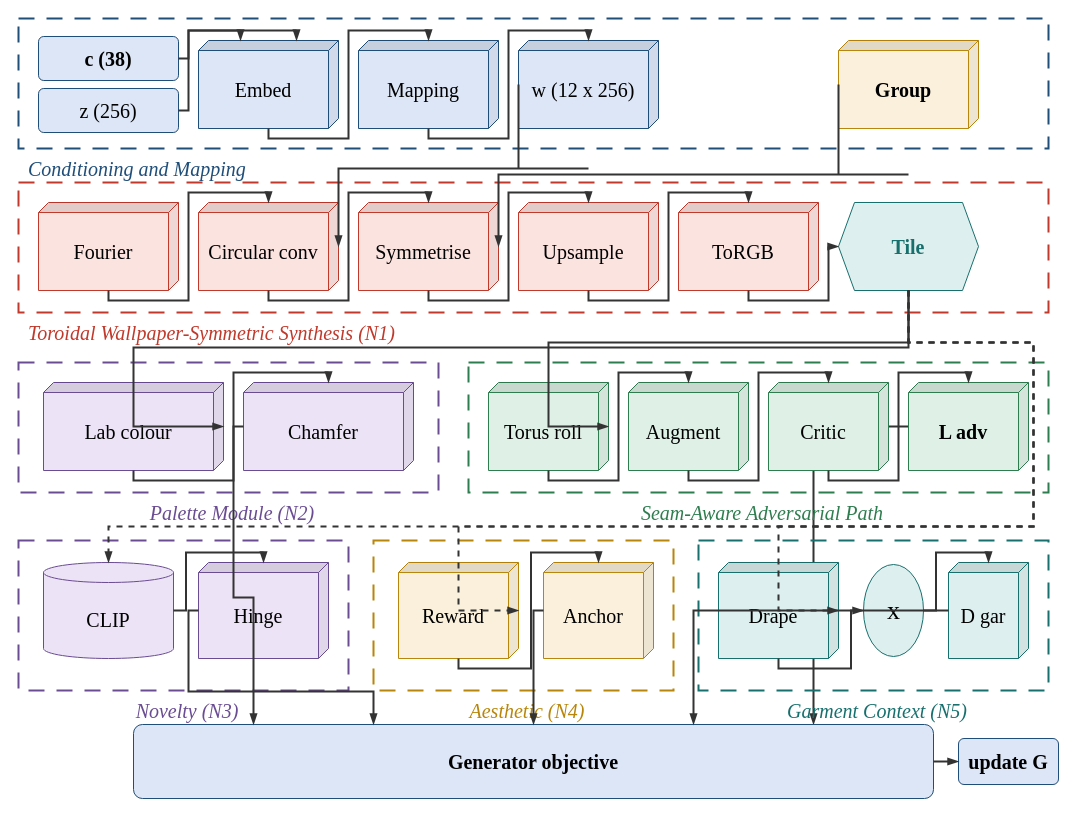
The draw.io diagram Figure2_PRISM_GAN_architecture.drawio in sid-2k6/drawio_Prism, before the edit. Source tidied: cells renumbered, new cells numbered last; positions are measured from the earlier drawing's top-left corner, leaving out a move shared by most shapes. Both pictures are drawn from the tidied source at 100%, with x=0, y=0 at pixel (18, 18).
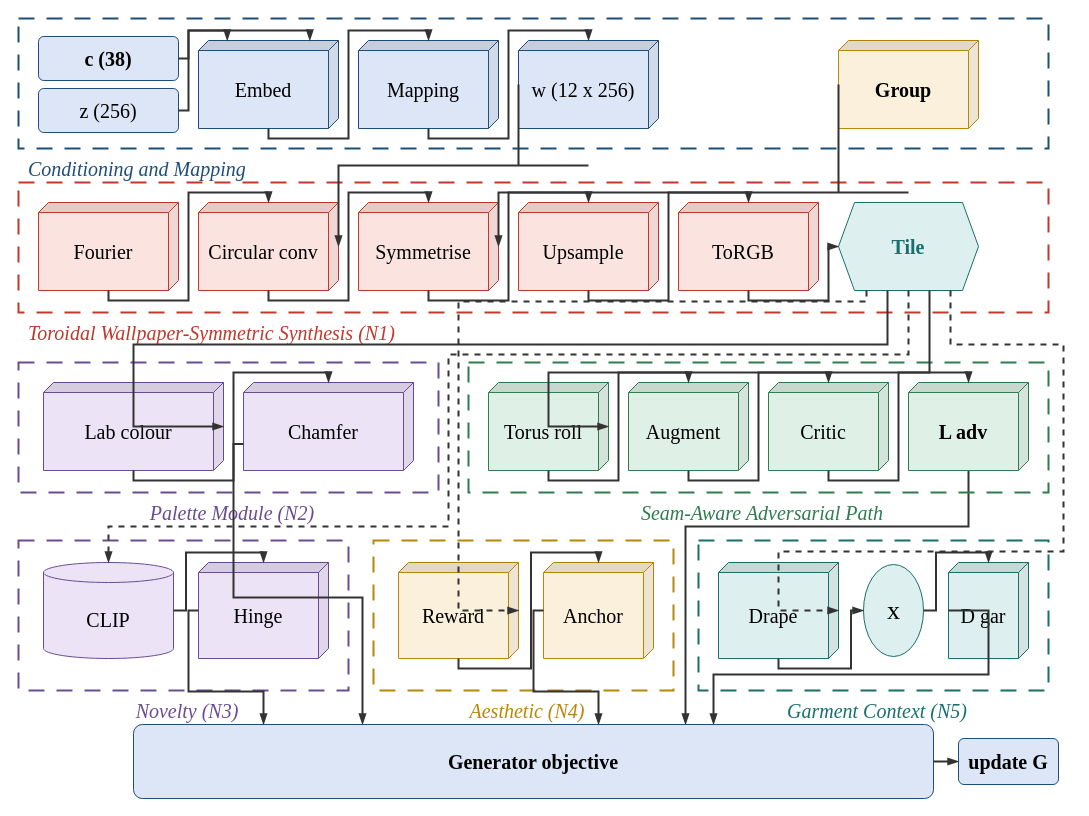
After the change.

Commit message:
Organize arrow routing in PRISM-GAN figure

The change refers to these unchanged cells:
```xml
<mxCell id="5" value="c (38)" style="rounded=1;arcSize=12;fillColor=#DCE6F6;strokeColor=#1F4E79;verticalAlign=middle;fontFamily=Times New Roman;fontSize=20;whiteSpace=wrap;html=1;fontStyle=1;" parent="1" vertex="1">
  <mxGeometry x="20" y="18" width="140" height="44" as="geometry" />
</mxCell>
<mxCell id="6" value="z (256)" style="rounded=1;arcSize=12;fillColor=#DCE6F6;strokeColor=#1F4E79;verticalAlign=middle;fontFamily=Times New Roman;fontSize=20;whiteSpace=wrap;html=1;" parent="1" vertex="1">
  <mxGeometry x="20" y="70" width="140" height="44" as="geometry" />
</mxCell>
<mxCell id="7" value="Embed" style="shape=cube;size=10;direction=south;boundedLbl=1;backgroundOutline=1;darkOpacity=0.05;darkOpacity2=0.1;fillColor=#DCE6F6;strokeColor=#1F4E79;verticalAlign=middle;fontFamily=Times New Roman;fontSize=20;whiteSpace=wrap;html=1;" parent="1" vertex="1">
  <mxGeometry x="180" y="22" width="140" height="88" as="geometry" />
</mxCell>
<mxCell id="9" value="w (12 x 256)" style="shape=cube;size=10;direction=south;boundedLbl=1;backgroundOutline=1;darkOpacity=0.05;darkOpacity2=0.1;fillColor=#DCE6F6;strokeColor=#1F4E79;verticalAlign=middle;fontFamily=Times New Roman;fontSize=20;whiteSpace=wrap;html=1;" parent="1" vertex="1">
  <mxGeometry x="500" y="22" width="140" height="88" as="geometry" />
</mxCell>
<mxCell id="10" value="Group" style="shape=cube;size=10;direction=south;boundedLbl=1;backgroundOutline=1;darkOpacity=0.05;darkOpacity2=0.1;fillColor=#FAF0DC;strokeColor=#B8860B;verticalAlign=middle;fontFamily=Times New Roman;fontSize=20;whiteSpace=wrap;html=1;fontStyle=1;" parent="1" vertex="1">
  <mxGeometry x="820" y="22" width="140" height="88" as="geometry" />
</mxCell>
<mxCell id="18" value="Circular conv" style="shape=cube;size=10;direction=south;boundedLbl=1;backgroundOutline=1;darkOpacity=0.05;darkOpacity2=0.1;fillColor=#FBE3E0;strokeColor=#C0392B;verticalAlign=middle;fontFamily=Times New Roman;fontSize=20;whiteSpace=wrap;html=1;" parent="1" vertex="1">
  <mxGeometry x="180" y="184" width="140" height="88" as="geometry" />
</mxCell>
<mxCell id="19" value="Symmetrise" style="shape=cube;size=10;direction=south;boundedLbl=1;backgroundOutline=1;darkOpacity=0.05;darkOpacity2=0.1;fillColor=#FBE3E0;strokeColor=#C0392B;verticalAlign=middle;fontFamily=Times New Roman;fontSize=20;whiteSpace=wrap;html=1;" parent="1" vertex="1">
  <mxGeometry x="340" y="184" width="140" height="88" as="geometry" />
</mxCell>
<mxCell id="22" value="Tile" style="shape=hexagon;perimeter=hexagonPerimeter2;fixedSize=1;size=16;fillColor=#DDEFEE;strokeColor=#17706E;fontStyle=1;fontColor=#17706E;fontFamily=Times New Roman;fontSize=20;whiteSpace=wrap;html=1;fontStyle=1;" parent="1" vertex="1">
  <mxGeometry x="820" y="184" width="140" height="88" as="geometry" />
</mxCell>
<mxCell id="32" value="Lab colour" style="shape=cube;size=10;direction=south;boundedLbl=1;backgroundOutline=1;darkOpacity=0.05;darkOpacity2=0.1;fillColor=#EDE3F6;strokeColor=#6A4C93;verticalAlign=middle;fontFamily=Times New Roman;fontSize=20;whiteSpace=wrap;html=1;" parent="1" vertex="1">
  <mxGeometry x="25" y="364" width="180" height="88" as="geometry" />
</mxCell>
<mxCell id="33" value="Chamfer" style="shape=cube;size=10;direction=south;boundedLbl=1;backgroundOutline=1;darkOpacity=0.05;darkOpacity2=0.1;fillColor=#EDE3F6;strokeColor=#6A4C93;verticalAlign=middle;fontFamily=Times New Roman;fontSize=20;whiteSpace=wrap;html=1;" parent="1" vertex="1">
  <mxGeometry x="225" y="364" width="170" height="88" as="geometry" />
</mxCell>
<mxCell id="37" value="Torus roll" style="shape=cube;size=10;direction=south;boundedLbl=1;backgroundOutline=1;darkOpacity=0.05;darkOpacity2=0.1;fillColor=#DFF0E6;strokeColor=#2E7D4F;verticalAlign=middle;fontFamily=Times New Roman;fontSize=20;whiteSpace=wrap;html=1;" parent="1" vertex="1">
  <mxGeometry x="470" y="364" width="120" height="88" as="geometry" />
</mxCell>
<mxCell id="40" value="L adv" style="shape=cube;size=10;direction=south;boundedLbl=1;backgroundOutline=1;darkOpacity=0.05;darkOpacity2=0.1;fillColor=#DFF0E6;strokeColor=#2E7D4F;verticalAlign=middle;fontFamily=Times New Roman;fontSize=20;whiteSpace=wrap;html=1;fontStyle=1;" parent="1" vertex="1">
  <mxGeometry x="890" y="364" width="120" height="88" as="geometry" />
</mxCell>
<mxCell id="48" value="CLIP" style="shape=cylinder3;boundedLbl=1;backgroundOutline=1;size=10;fillColor=#EDE3F6;strokeColor=#6A4C93;verticalAlign=middle;fontFamily=Times New Roman;fontSize=20;whiteSpace=wrap;html=1;" parent="1" vertex="1">
  <mxGeometry x="25" y="544" width="130" height="96" as="geometry" />
</mxCell>
<mxCell id="49" value="Hinge" style="shape=cube;size=10;direction=south;boundedLbl=1;backgroundOutline=1;darkOpacity=0.05;darkOpacity2=0.1;fillColor=#EDE3F6;strokeColor=#6A4C93;verticalAlign=middle;fontFamily=Times New Roman;fontSize=20;whiteSpace=wrap;html=1;" parent="1" vertex="1">
  <mxGeometry x="180" y="544" width="130" height="96" as="geometry" />
</mxCell>
<mxCell id="53" value="Reward" style="shape=cube;size=10;direction=south;boundedLbl=1;backgroundOutline=1;darkOpacity=0.05;darkOpacity2=0.1;fillColor=#FAF0DC;strokeColor=#B8860B;verticalAlign=middle;fontFamily=Times New Roman;fontSize=20;whiteSpace=wrap;html=1;" parent="1" vertex="1">
  <mxGeometry x="380" y="544" width="120" height="96" as="geometry" />
</mxCell>
<mxCell id="54" value="Anchor" style="shape=cube;size=10;direction=south;boundedLbl=1;backgroundOutline=1;darkOpacity=0.05;darkOpacity2=0.1;fillColor=#FAF0DC;strokeColor=#B8860B;verticalAlign=middle;fontFamily=Times New Roman;fontSize=20;whiteSpace=wrap;html=1;" parent="1" vertex="1">
  <mxGeometry x="525" y="544" width="110" height="96" as="geometry" />
</mxCell>
<mxCell id="58" value="Drape" style="shape=cube;size=10;direction=south;boundedLbl=1;backgroundOutline=1;darkOpacity=0.05;darkOpacity2=0.1;fillColor=#DDEFEE;strokeColor=#17706E;verticalAlign=middle;fontFamily=Times New Roman;fontSize=20;whiteSpace=wrap;html=1;" parent="1" vertex="1">
  <mxGeometry x="700" y="544" width="120" height="96" as="geometry" />
</mxCell>
<mxCell id="60" value="D gar" style="shape=cube;size=10;direction=south;boundedLbl=1;backgroundOutline=1;darkOpacity=0.05;darkOpacity2=0.1;fillColor=#DDEFEE;strokeColor=#17706E;verticalAlign=middle;fontFamily=Times New Roman;fontSize=20;whiteSpace=wrap;html=1;" parent="1" vertex="1">
  <mxGeometry x="930" y="544" width="80" height="96" as="geometry" />
</mxCell>
<mxCell id="66" value="Generator objective" style="rounded=1;arcSize=12;fillColor=#DCE6F6;strokeColor=#1F4E79;verticalAlign=middle;fontFamily=Times New Roman;fontSize=20;whiteSpace=wrap;html=1;fontStyle=1;" parent="1" vertex="1">
  <mxGeometry x="115" y="706" width="800" height="74" as="geometry" />
</mxCell>
```

Diff of the diagram source:
```diff
@@
-    <mxCell id="2" style="edgeStyle=orthogonalEdgeStyle;rounded=0;html=1;strokeWidth=2;strokeColor=#333333;endArrow=blockThin;endFill=1;exitX=0.5;exitY=1;exitDx=0;exitDy=0;entryX=0.85;entryY=0;entryDx=0;entryDy=0;" parent="1" edge="1" source="40" target="66">
-      <mxGeometry relative="1" as="geometry" />
+    <mxCell id="2" style="edgeStyle=orthogonalEdgeStyle;rounded=0;html=1;strokeWidth=2;strokeColor=#333333;endArrow=blockThin;endFill=1;exitX=0.5;exitY=1;exitDx=0;exitDy=0;entryX=0.69;entryY=0;entryDx=0;entryDy=0;" parent="1" edge="1" source="40" target="66">
+      <mxGeometry relative="1" as="geometry">
+        <Array as="points">
+          <mxPoint x="950" y="508" />
+          <mxPoint x="667" y="508" />
+        </Array>
+      </mxGeometry>
     </mxCell>
@@
-    <mxCell id="11" style="edgeStyle=orthogonalEdgeStyle;rounded=0;html=1;strokeWidth=2;strokeColor=#333333;endArrow=blockThin;endFill=1;exitX=1;exitY=0.5;exitDx=0;exitDy=0;entryX=0;entryY=0.3;entryDx=0;entryDy=0;" parent="1" edge="1" source="5" target="7">
+    <mxCell id="11" style="edgeStyle=orthogonalEdgeStyle;rounded=0;html=1;strokeWidth=2;strokeColor=#333333;endArrow=blockThin;endFill=1;exitX=1;exitY=0.5;exitDx=0;exitDy=0;entryX=0;entryY=0.205;entryDx=0;entryDy=0;" parent="1" edge="1" source="5" target="7">
       <mxGeometry relative="1" as="geometry" />
     </mxCell>
-    <mxCell id="12" style="edgeStyle=orthogonalEdgeStyle;rounded=0;html=1;strokeWidth=2;strokeColor=#333333;endArrow=blockThin;endFill=1;exitX=1;exitY=0.5;exitDx=0;exitDy=0;entryX=0;entryY=0.7;entryDx=0;entryDy=0;" parent="1" edge="1" source="6" target="7">
+    <mxCell id="12" style="edgeStyle=orthogonalEdgeStyle;rounded=0;html=1;strokeWidth=2;strokeColor=#333333;endArrow=blockThin;endFill=1;exitX=1;exitY=0.5;exitDx=0;exitDy=0;entryX=0;entryY=0.795;entryDx=0;entryDy=0;" parent="1" edge="1" source="6" target="7">
       <mxGeometry relative="1" as="geometry" />
     </mxCell>
@@
     <mxCell id="28" style="edgeStyle=orthogonalEdgeStyle;rounded=0;html=1;strokeWidth=2;strokeColor=#333333;endArrow=blockThin;endFill=1;exitX=0.5;exitY=1;exitDx=0;exitDy=0;entryX=0.5;entryY=0;entryDx=0;entryDy=0;" parent="1" edge="1" source="9" target="18">
       <mxGeometry relative="1" as="geometry">
         <Array as="points">
-          <mxPoint x="570" y="150" />
-          <mxPoint x="250" y="150" />
+          <mxPoint x="570" y="147" />
+          <mxPoint x="250" y="147" />
         </Array>
       </mxGeometry>
     </mxCell>
     <mxCell id="29" style="edgeStyle=orthogonalEdgeStyle;rounded=0;html=1;strokeWidth=2;strokeColor=#333333;endArrow=blockThin;endFill=1;exitX=0.5;exitY=1;exitDx=0;exitDy=0;entryX=0.5;entryY=0;entryDx=0;entryDy=0;" parent="1" edge="1" source="10" target="19">
       <mxGeometry relative="1" as="geometry">
         <Array as="points">
-          <mxPoint x="890" y="156" />
-          <mxPoint x="410" y="156" />
+          <mxPoint x="890" y="174" />
+          <mxPoint x="410" y="174" />
         </Array>
       </mxGeometry>
     </mxCell>
@@
-    <mxCell id="44" style="edgeStyle=orthogonalEdgeStyle;rounded=0;html=1;strokeWidth=2;strokeColor=#333333;endArrow=blockThin;endFill=1;exitX=0.5;exitY=1;exitDx=0;exitDy=0;entryX=0.5;entryY=0;entryDx=0;entryDy=0;" parent="1" edge="1" source="22" target="37">
+    <mxCell id="44" style="edgeStyle=orthogonalEdgeStyle;rounded=0;html=1;strokeWidth=2;strokeColor=#333333;endArrow=blockThin;endFill=1;exitX=0.65;exitY=1;exitDx=0;exitDy=0;entryX=0.5;entryY=0;entryDx=0;entryDy=0;" parent="1" edge="1" source="22" target="37">
       <mxGeometry relative="1" as="geometry">
         <Array as="points">
-          <mxPoint x="890" y="324" />
-          <mxPoint x="530" y="324" />
+          <mxPoint x="911" y="354" />
+          <mxPoint x="530" y="354" />
         </Array>
       </mxGeometry>
     </mxCell>
-    <mxCell id="45" style="edgeStyle=orthogonalEdgeStyle;rounded=0;html=1;strokeWidth=2;strokeColor=#333333;endArrow=blockThin;endFill=1;exitX=0.5;exitY=1;exitDx=0;exitDy=0;entryX=0.5;entryY=0;entryDx=0;entryDy=0;" parent="1" edge="1" source="22" target="32">
+    <mxCell id="45" style="edgeStyle=orthogonalEdgeStyle;rounded=0;html=1;strokeWidth=2;strokeColor=#333333;endArrow=blockThin;endFill=1;exitX=0.35;exitY=1;exitDx=0;exitDy=0;entryX=0.5;entryY=0;entryDx=0;entryDy=0;" parent="1" edge="1" source="22" target="32">
       <mxGeometry relative="1" as="geometry">
         <Array as="points">
-          <mxPoint x="890" y="329" />
-          <mxPoint x="115" y="329" />
+          <mxPoint x="869" y="326" />
+          <mxPoint x="115" y="326" />
         </Array>
       </mxGeometry>
     </mxCell>
@@
     <mxCell id="63" style="edgeStyle=orthogonalEdgeStyle;rounded=0;html=1;strokeWidth=2;strokeColor=#333333;endArrow=blockThin;endFill=1;exitX=0.5;exitY=1;exitDx=0;exitDy=0;entryX=0.5;entryY=0;entryDx=0;entryDy=0;dashed=1;" parent="1" edge="1" source="22" target="48">
       <mxGeometry relative="1" as="geometry">
         <Array as="points">
-          <mxPoint x="1015" y="324" />
-          <mxPoint x="1015" y="508" />
+          <mxPoint x="890" y="336" />
+          <mxPoint x="430" y="336" />
+          <mxPoint x="430" y="508" />
           <mxPoint x="90" y="508" />
         </Array>
       </mxGeometry>
     </mxCell>
-    <mxCell id="64" style="edgeStyle=orthogonalEdgeStyle;rounded=0;html=1;strokeWidth=2;strokeColor=#333333;endArrow=blockThin;endFill=1;exitX=0.5;exitY=1;exitDx=0;exitDy=0;entryX=0.5;entryY=0;entryDx=0;entryDy=0;dashed=1;" parent="1" edge="1" source="22" target="53">
+    <mxCell id="64" style="edgeStyle=orthogonalEdgeStyle;rounded=0;html=1;strokeWidth=2;strokeColor=#333333;endArrow=blockThin;endFill=1;exitX=0.2;exitY=1;exitDx=0;exitDy=0;entryX=0.5;entryY=0;entryDx=0;entryDy=0;dashed=1;" parent="1" edge="1" source="22" target="53">
       <mxGeometry relative="1" as="geometry">
         <Array as="points">
-          <mxPoint x="1015" y="324" />
-          <mxPoint x="1015" y="508" />
-          <mxPoint x="440" y="508" />
+          <mxPoint x="848" y="283" />
+          <mxPoint x="440" y="283" />
         </Array>
       </mxGeometry>
     </mxCell>
-    <mxCell id="65" style="edgeStyle=orthogonalEdgeStyle;rounded=0;html=1;strokeWidth=2;strokeColor=#333333;endArrow=blockThin;endFill=1;exitX=0.5;exitY=1;exitDx=0;exitDy=0;entryX=0.5;entryY=0;entryDx=0;entryDy=0;dashed=1;" parent="1" edge="1" source="22" target="58">
+    <mxCell id="65" style="edgeStyle=orthogonalEdgeStyle;rounded=0;html=1;strokeWidth=2;strokeColor=#333333;endArrow=blockThin;endFill=1;exitX=0.8;exitY=1;exitDx=0;exitDy=0;entryX=0.5;entryY=0;entryDx=0;entryDy=0;dashed=1;" parent="1" edge="1" source="22" target="58">
       <mxGeometry relative="1" as="geometry">
         <Array as="points">
-          <mxPoint x="1015" y="324" />
-          <mxPoint x="1015" y="508" />
-          <mxPoint x="760" y="508" />
+          <mxPoint x="932" y="326" />
+          <mxPoint x="1045" y="326" />
+          <mxPoint x="1045" y="533" />
+          <mxPoint x="760" y="533" />
         </Array>
       </mxGeometry>
     </mxCell>
@@
-    <mxCell id="67" style="edgeStyle=orthogonalEdgeStyle;rounded=0;html=1;strokeWidth=2;strokeColor=#333333;endArrow=blockThin;endFill=1;exitX=0.5;exitY=1;exitDx=0;exitDy=0;entryX=0.15;entryY=0;entryDx=0;entryDy=0;" parent="1" edge="1" source="33" target="66">
+    <mxCell id="67" style="edgeStyle=orthogonalEdgeStyle;rounded=0;html=1;strokeWidth=2;strokeColor=#333333;endArrow=blockThin;endFill=1;exitX=0.7;exitY=1;exitDx=0;exitDy=0;entryX=0.28625;entryY=0;entryDx=0;entryDy=0;" parent="1" edge="1" source="33" target="66">
       <mxGeometry relative="1" as="geometry" />
     </mxCell>
-    <mxCell id="68" style="edgeStyle=orthogonalEdgeStyle;rounded=0;html=1;strokeWidth=2;strokeColor=#333333;endArrow=blockThin;endFill=1;exitX=0.5;exitY=1;exitDx=0;exitDy=0;entryX=0.3;entryY=0;entryDx=0;entryDy=0;" parent="1" edge="1" source="49" target="66">
+    <mxCell id="68" style="edgeStyle=orthogonalEdgeStyle;rounded=0;html=1;strokeWidth=2;strokeColor=#333333;endArrow=blockThin;endFill=1;exitX=0.5;exitY=1;exitDx=0;exitDy=0;entryX=0.1625;entryY=0;entryDx=0;entryDy=0;" parent="1" edge="1" source="49" target="66">
       <mxGeometry relative="1" as="geometry" />
     </mxCell>
-    <mxCell id="69" style="edgeStyle=orthogonalEdgeStyle;rounded=0;html=1;strokeWidth=2;strokeColor=#333333;endArrow=blockThin;endFill=1;exitX=0.5;exitY=1;exitDx=0;exitDy=0;entryX=0.5;entryY=0;entryDx=0;entryDy=0;" parent="1" edge="1" source="54" target="66">
+    <mxCell id="69" style="edgeStyle=orthogonalEdgeStyle;rounded=0;html=1;strokeWidth=2;strokeColor=#333333;endArrow=blockThin;endFill=1;exitX=0.5;exitY=1;exitDx=0;exitDy=0;entryX=0.58125;entryY=0;entryDx=0;entryDy=0;" parent="1" edge="1" source="54" target="66">
       <mxGeometry relative="1" as="geometry" />
     </mxCell>
-    <mxCell id="70" style="edgeStyle=orthogonalEdgeStyle;rounded=0;html=1;strokeWidth=2;strokeColor=#333333;endArrow=blockThin;endFill=1;exitX=0.5;exitY=1;exitDx=0;exitDy=0;entryX=0.7;entryY=0;entryDx=0;entryDy=0;" parent="1" edge="1" source="60" target="66">
-      <mxGeometry relative="1" as="geometry" />
+    <mxCell id="70" style="edgeStyle=orthogonalEdgeStyle;rounded=0;html=1;strokeWidth=2;strokeColor=#333333;endArrow=blockThin;endFill=1;exitX=0.5;exitY=1;exitDx=0;exitDy=0;entryX=0.725;entryY=0;entryDx=0;entryDy=0;" parent="1" edge="1" source="60" target="66">
+      <mxGeometry relative="1" as="geometry">
+        <Array as="points">
+          <mxPoint x="970" y="656" />
+          <mxPoint x="695" y="656" />
+        </Array>
+      </mxGeometry>
     </mxCell>
```
